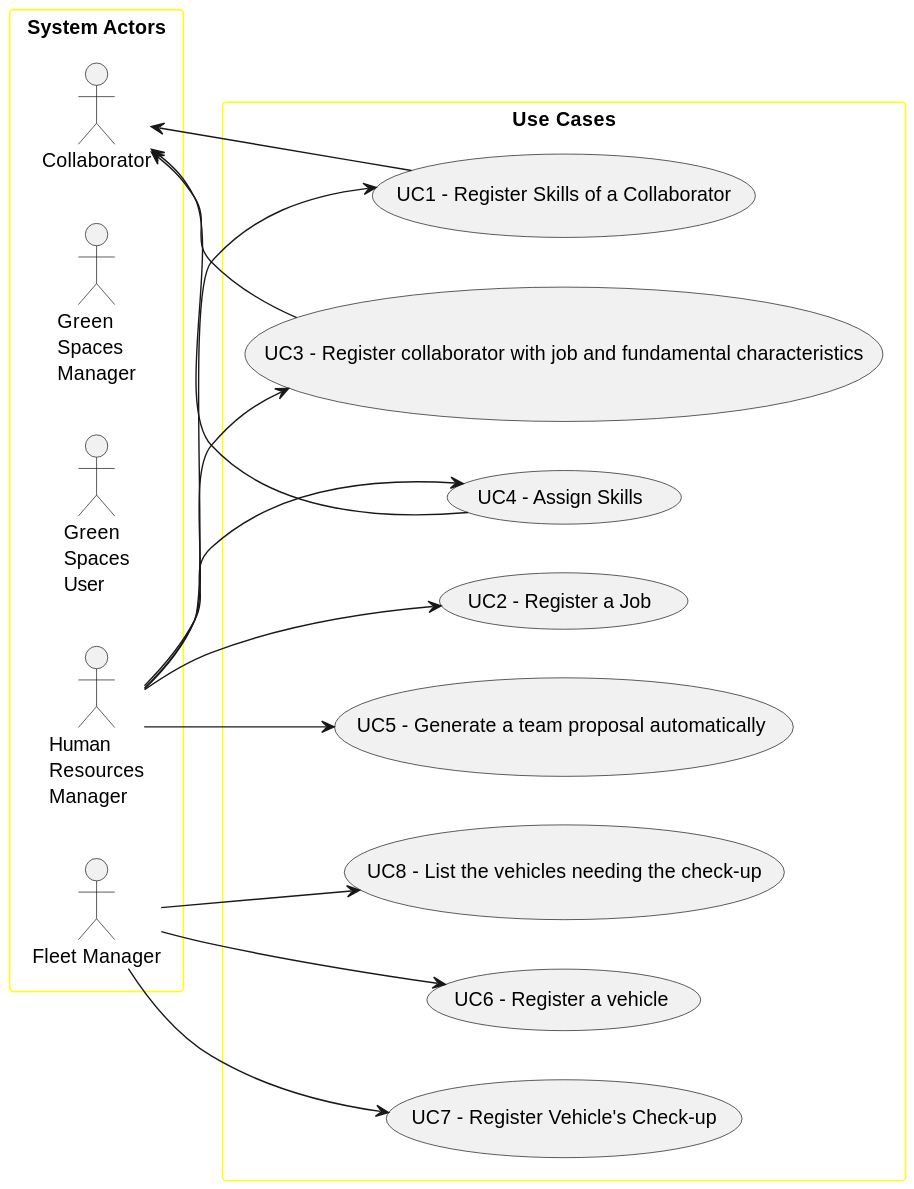
The PlantUML diagram docs/sprintA&B/global-artifacts/01.requirements-engineering/svg/use-case-diagram.svg in daniel41silva05/ISEP_2023_2024_LAPR2, before a commit.
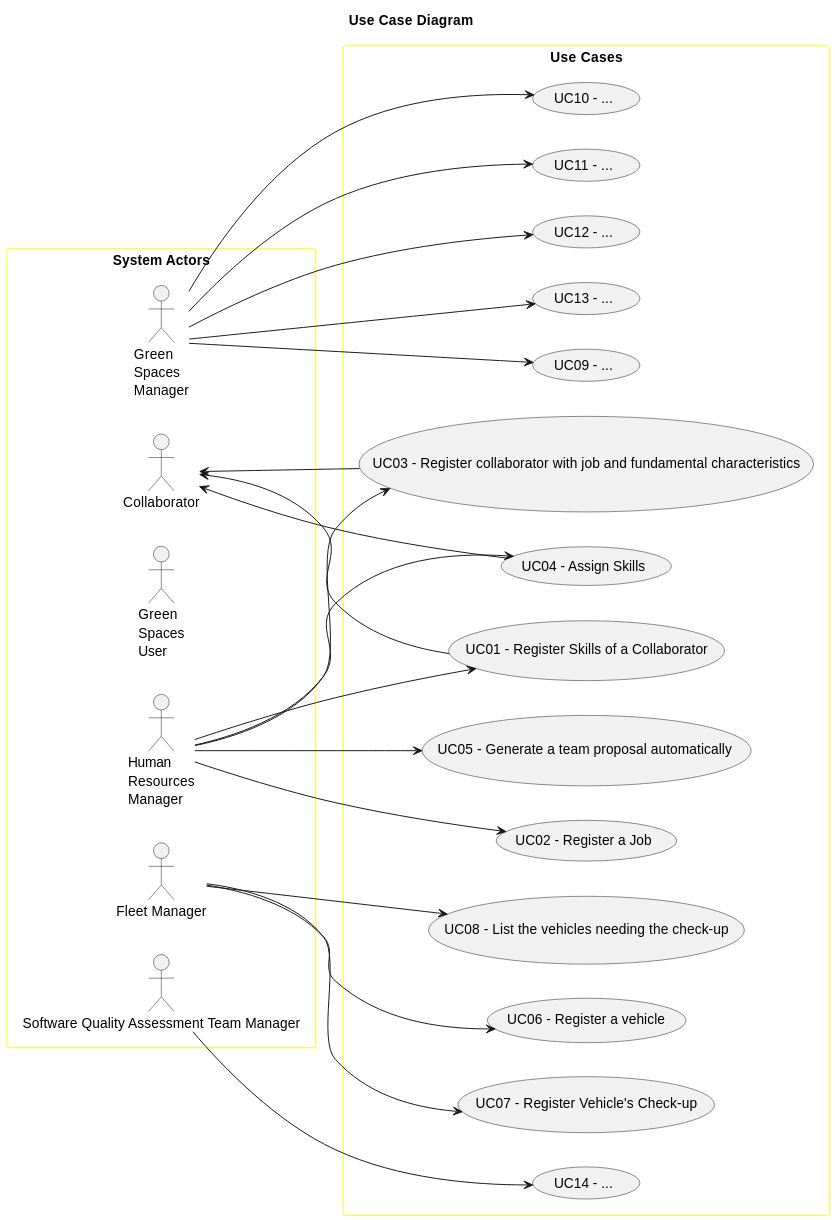
After the commit.

Commit message:
update Use Case Diagram and Glossary

Diff of the diagram source:
```diff
@@ -5,6 +5,7 @@
     BorderColor yellow
 }
 
+title Use Case Diagram
 
 left to right direction
 
@@ -14,27 +15,40 @@
     actor "Green\nSpaces\nUser" as GSU
     actor "Human\nResources\nManager" as HRM
     actor "Fleet Manager" as FM
+    actor "Software Quality Assessment Team Manager" as QAM
 }
 
 rectangle "Use Cases" as usecases{
-    usecase "UC1 - Register Skills of a Collaborator" as UC1
-    HRM --> UC1
-    UC1 --> Collaborator
-    usecase "UC2 - Register a Job" as UC2
-    HRM --> UC2
-    usecase "UC3 - Register collaborator with job and fundamental characteristics" as UC3
-    HRM --> UC3
-    UC3 --> Collaborator
-    usecase "UC4 - Assign Skills" as UC4
-    HRM --> UC4
-    UC4 --> Collaborator
-    usecase "UC5 - Generate a team proposal automatically " as UC5
-    HRM --> UC5
-    usecase "UC6 - Register a vehicle" as UC6
-    FM --> UC6
-    usecase "UC7 - Register Vehicle's Check-up" as UC7
-    FM --> UC7
-    usecase "UC8 - List the vehicles needing the check-up" as UC8
-    FM --> UC8
+    usecase "UC01 - Register Skills of a Collaborator" as UC01
+    HRM --> UC01
+    UC01 --> Collaborator
+    usecase "UC02 - Register a Job" as UC02
+    HRM --> UC02
+    usecase "UC03 - Register collaborator with job and fundamental characteristics" as UC03
+    HRM --> UC03
+    UC03 --> Collaborator
+    usecase "UC04 - Assign Skills" as UC04
+    HRM --> UC04
+    UC04 --> Collaborator
+    usecase "UC05 - Generate a team proposal automatically " as UC05
+    HRM --> UC05
+    usecase "UC06 - Register a vehicle" as UC06
+    FM --> UC06
+    usecase "UC07 - Register Vehicle's Check-up" as UC07
+    FM --> UC07
+    usecase "UC08 - List the vehicles needing the check-up" as UC08
+    FM --> UC08
+    usecase "UC09 - ..." as UC09
+    GSM --> UC09
+    usecase "UC10 - ..." as UC10
+    GSM --> UC10
+    usecase "UC11 - ..." as UC11
+    GSM --> UC11
+    usecase "UC12 - ..." as UC12
+    GSM --> UC12
+    usecase "UC13 - ..." as UC13
+    GSM --> UC13
+    usecase "UC14 - ..." as UC14
+    QAM --> UC14
 }
 @enduml
```
